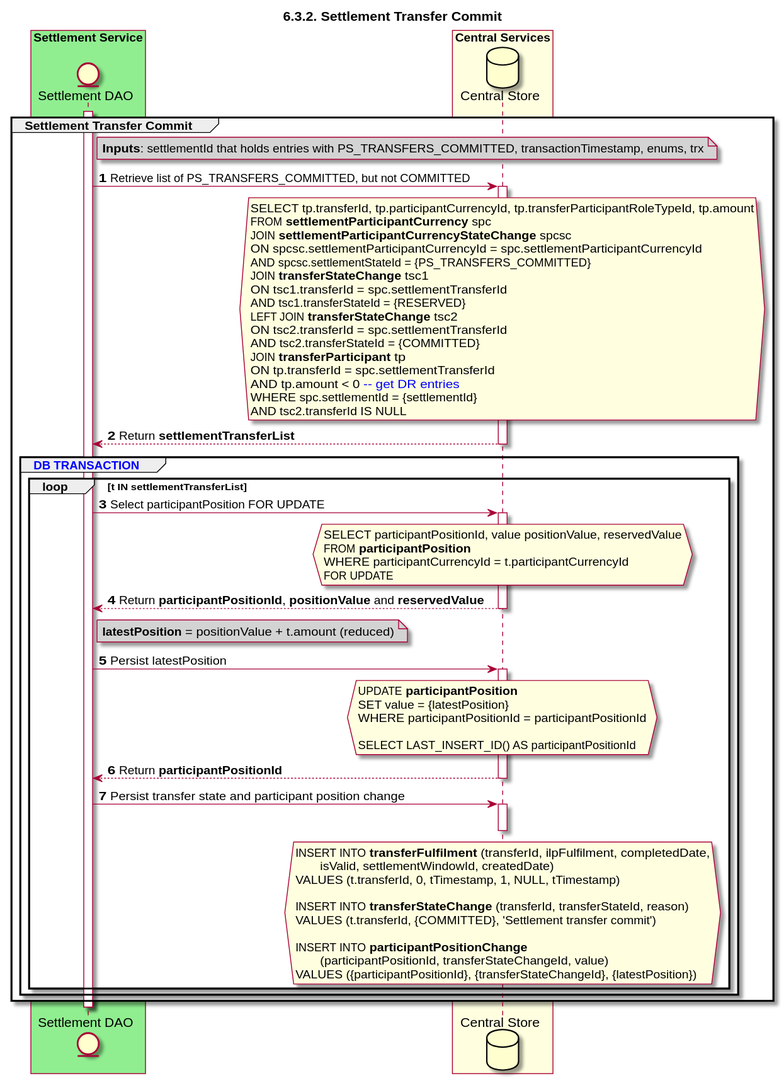
Earlier version of the PlantUML export Diagrams/SequenceDiagrams/seq-settransfer-6.3.3-commit.svg (ggrg/docs). Source of this version:
```plantuml
@startuml
title 6.3.2. Settlement Transfer Commit
autonumber

entity "Settlement DAO" as SETTLE_DAO
database "Central Store" as DB

box "Settlement Service" #lightgreen
    participant SETTLE_DAO
end box

box "Central Services" #lightyellow
    participant DB
end box

activate SETTLE_DAO
group Settlement Transfer Commit
    note right of SETTLE_DAO #lightgray
        **Inputs**: settlementId that holds entries with PS_TRANSFERS_COMMITTED, transactionTimestamp, enums, trx
    end note
    SETTLE_DAO -> DB: Retrieve list of PS_TRANSFERS_COMMITTED, but not COMMITTED
    activate DB
    hnote over DB #lightyellow
        SELECT tp.transferId, tp.participantCurrencyId, tp.transferParticipantRoleTypeId, tp.amount
        FROM **settlementParticipantCurrency** spc
        JOIN **settlementParticipantCurrencyStateChange** spcsc
        ON spcsc.settlementParticipantCurrencyId = spc.settlementParticipantCurrencyId
        AND spcsc.settlementStateId = {PS_TRANSFERS_COMMITTED}
        JOIN **transferStateChange** tsc1
        ON tsc1.transferId = spc.settlementTransferId
        AND tsc1.transferStateId = {RESERVED}
        LEFT JOIN **transferStateChange** tsc2
        ON tsc2.transferId = spc.settlementTransferId
        AND tsc2.transferStateId = {COMMITTED}
        JOIN **transferParticipant** tp
        ON tp.transferId = spc.settlementTransferId
        AND tp.amount < 0 <color #blue>-- get DR entries</color>
        WHERE spc.settlementId = {settlementId}
        AND tsc2.transferId IS NULL
    end hnote
    DB --> SETTLE_DAO: Return **settlementTransferList**
    deactivate DB
    group <color #blue>DB TRANSACTION</color>
        loop t IN settlementTransferList
            SETTLE_DAO -> DB: Select participantPosition FOR UPDATE
            activate DB
            hnote over DB #lightyellow
                SELECT participantPositionId, value positionValue, reservedValue
                FROM **participantPosition**
                WHERE participantCurrencyId = t.participantCurrencyId
                FOR UPDATE
            end note
            DB --> SETTLE_DAO: Return **participantPositionId**, **positionValue** and **reservedValue**
            deactivate DB

            note right of SETTLE_DAO #lightgray
                **latestPosition** = positionValue + t.amount (reduced)
            end note

            SETTLE_DAO->DB: Persist latestPosition
            activate DB
            hnote over DB #lightyellow
                UPDATE **participantPosition**
                SET value = {latestPosition}
                WHERE participantPositionId = participantPositionId

                SELECT LAST_INSERT_ID() AS participantPositionId
            end note
            DB-->SETTLE_DAO: Return **participantPositionId**
            deactivate DB

            deactivate DB
            SETTLE_DAO -> DB: Persist transfer state and participant position change
            hnote over DB #lightyellow
                INSERT INTO **transferFulfilment** (transferId, ilpFulfilment, completedDate,
                       isValid, settlementWindowId, createdDate)
                VALUES (t.transferId, 0, tTimestamp, 1, NULL, tTimestamp)

                INSERT INTO **transferStateChange** (transferId, transferStateId, reason)
                VALUES (t.transferId, {COMMITTED}, 'Settlement transfer commit')

                INSERT INTO **participantPositionChange**
                       (participantPositionId, transferStateChangeId, value)
                VALUES ({participantPositionId}, {transferStateChangeId}, {latestPosition})
            end note
            activate DB
            deactivate DB
        end
    end
end
deactivate SETTLE_DAO

@enduml
```
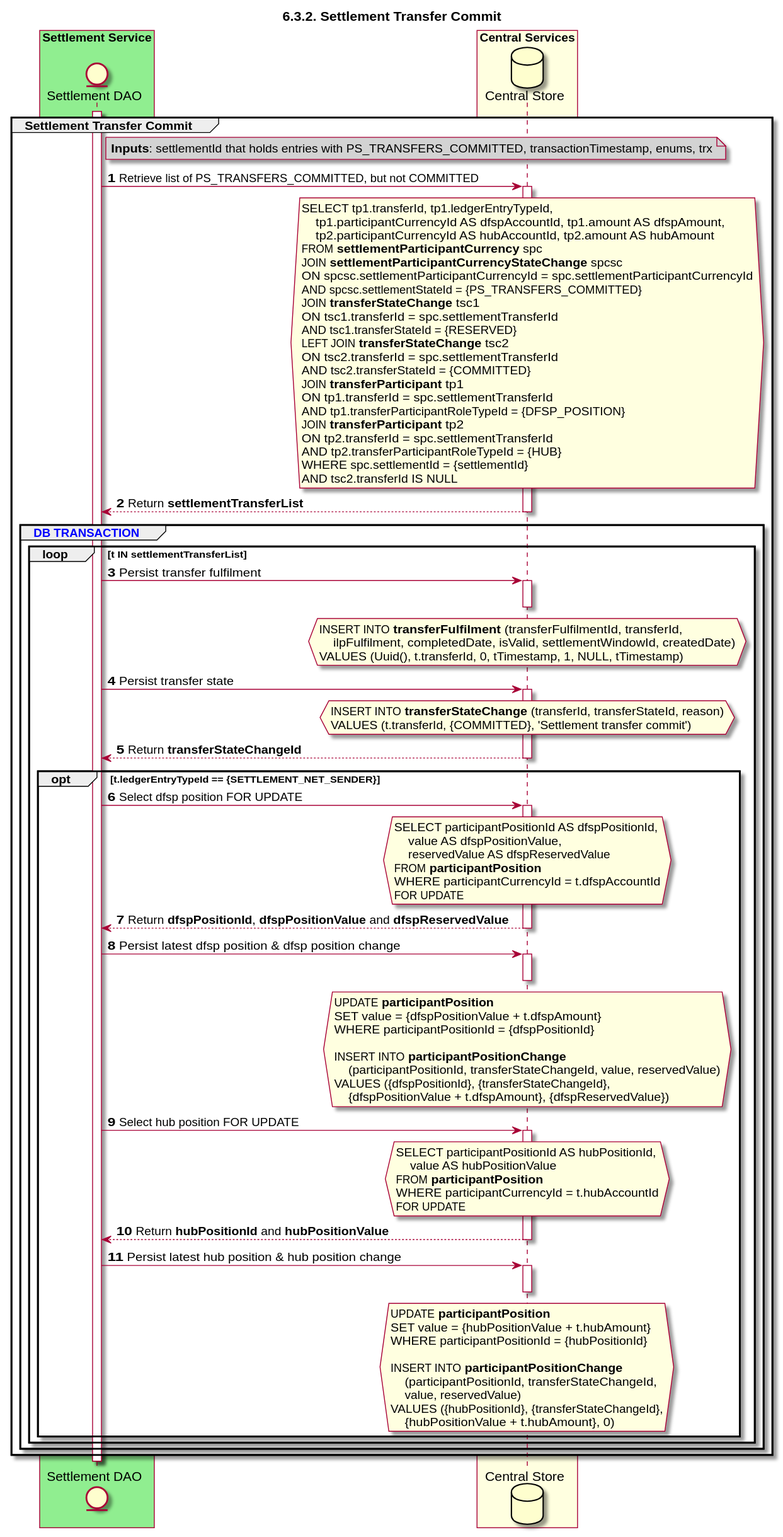
The same diagram one commit later.

What changed in the source:
```diff
@@ -21,7 +21,9 @@
     SETTLE_DAO -> DB: Retrieve list of PS_TRANSFERS_COMMITTED, but not COMMITTED
     activate DB
     hnote over DB #lightyellow
-        SELECT tp.transferId, tp.participantCurrencyId, tp.transferParticipantRoleTypeId, tp.amount
+        SELECT tp1.transferId, tp1.ledgerEntryTypeId,
+            tp1.participantCurrencyId AS dfspAccountId, tp1.amount AS dfspAmount,
+            tp2.participantCurrencyId AS hubAccountId, tp2.amount AS hubAmount
         FROM **settlementParticipantCurrency** spc
         JOIN **settlementParticipantCurrencyStateChange** spcsc
         ON spcsc.settlementParticipantCurrencyId = spc.settlementParticipantCurrencyId
@@ -32,9 +34,12 @@
         LEFT JOIN **transferStateChange** tsc2
         ON tsc2.transferId = spc.settlementTransferId
         AND tsc2.transferStateId = {COMMITTED}
-        JOIN **transferParticipant** tp
-        ON tp.transferId = spc.settlementTransferId
-        AND tp.amount < 0 <color #blue>-- get DR entries</color>
+        JOIN **transferParticipant** tp1
+        ON tp1.transferId = spc.settlementTransferId
+        AND tp1.transferParticipantRoleTypeId = {DFSP_POSITION}
+        JOIN **transferParticipant** tp2
+        ON tp2.transferId = spc.settlementTransferId
+        AND tp2.transferParticipantRoleTypeId = {HUB}
         WHERE spc.settlementId = {settlementId}
         AND tsc2.transferId IS NULL
     end hnote
@@ -42,49 +47,79 @@
     deactivate DB
     group <color #blue>DB TRANSACTION</color>
         loop t IN settlementTransferList
-            SETTLE_DAO -> DB: Select participantPosition FOR UPDATE
-            activate DB
+            SETTLE_DAO -> DB: Persist transfer fulfilment
             hnote over DB #lightyellow
-                SELECT participantPositionId, value positionValue, reservedValue
-                FROM **participantPosition**
-                WHERE participantCurrencyId = t.participantCurrencyId
-                FOR UPDATE
-            end note
-            DB --> SETTLE_DAO: Return **participantPositionId**, **positionValue** and **reservedValue**
-            deactivate DB
-
-            note right of SETTLE_DAO #lightgray
-                **latestPosition** = positionValue + t.amount (reduced)
-            end note
-
-            SETTLE_DAO->DB: Persist latestPosition
-            activate DB
-            hnote over DB #lightyellow
-                UPDATE **participantPosition**
-                SET value = {latestPosition}
-                WHERE participantPositionId = participantPositionId
-
-                SELECT LAST_INSERT_ID() AS participantPositionId
-            end note
-            DB-->SETTLE_DAO: Return **participantPositionId**
-            deactivate DB
-
-            deactivate DB
-            SETTLE_DAO -> DB: Persist transfer state and participant position change
-            hnote over DB #lightyellow
-                INSERT INTO **transferFulfilment** (transferId, ilpFulfilment, completedDate,
-                       isValid, settlementWindowId, createdDate)
-                VALUES (t.transferId, 0, tTimestamp, 1, NULL, tTimestamp)
-
-                INSERT INTO **transferStateChange** (transferId, transferStateId, reason)
-                VALUES (t.transferId, {COMMITTED}, 'Settlement transfer commit')
-
-                INSERT INTO **participantPositionChange**
-                       (participantPositionId, transferStateChangeId, value)
-                VALUES ({participantPositionId}, {transferStateChangeId}, {latestPosition})
+                INSERT INTO **transferFulfilment** (transferFulfilmentId, transferId,
+                    ilpFulfilment, completedDate, isValid, settlementWindowId, createdDate)
+                VALUES (Uuid(), t.transferId, 0, tTimestamp, 1, NULL, tTimestamp)
             end note
             activate DB
             deactivate DB
+
+            SETTLE_DAO -> DB: Persist transfer state
+            activate DB
+            hnote over DB #lightyellow
+                INSERT INTO **transferStateChange** (transferId, transferStateId, reason)
+                VALUES (t.transferId, {COMMITTED}, 'Settlement transfer commit')
+            end note
+            DB --> SETTLE_DAO: Return **transferStateChangeId**
+            deactivate DB
+
+            opt t.ledgerEntryTypeId == {SETTLEMENT_NET_SENDER}
+                SETTLE_DAO -> DB: Select dfsp position FOR UPDATE
+                activate DB
+                hnote over DB #lightyellow
+                    SELECT participantPositionId AS dfspPositionId,
+                        value AS dfspPositionValue,
+                        reservedValue AS dfspReservedValue
+                    FROM **participantPosition**
+                    WHERE participantCurrencyId = t.dfspAccountId
+                    FOR UPDATE
+                end note
+                DB --> SETTLE_DAO: Return **dfspPositionId**, **dfspPositionValue** and **dfspReservedValue**
+                deactivate DB
+
+                SETTLE_DAO->DB: Persist latest dfsp position & dfsp position change
+                hnote over DB #lightyellow
+                    UPDATE **participantPosition**
+                    SET value = {dfspPositionValue + t.dfspAmount}
+                    WHERE participantPositionId = {dfspPositionId}
+
+                    INSERT INTO **participantPositionChange**
+                        (participantPositionId, transferStateChangeId, value, reservedValue)
+                    VALUES ({dfspPositionId}, {transferStateChangeId},
+                        {dfspPositionValue + t.dfspAmount}, {dfspReservedValue})
+                end note
+                activate DB
+                deactivate DB
+
+                SETTLE_DAO -> DB: Select hub position FOR UPDATE
+                activate DB
+                hnote over DB #lightyellow
+                    SELECT participantPositionId AS hubPositionId,
+                        value AS hubPositionValue
+                    FROM **participantPosition**
+                    WHERE participantCurrencyId = t.hubAccountId
+                    FOR UPDATE
+                end note
+                DB --> SETTLE_DAO: Return **hubPositionId** and **hubPositionValue**
+                deactivate DB
+
+                SETTLE_DAO->DB: Persist latest hub position & hub position change
+                hnote over DB #lightyellow
+                    UPDATE **participantPosition**
+                    SET value = {hubPositionValue + t.hubAmount}
+                    WHERE participantPositionId = {hubPositionId}
+
+                    INSERT INTO **participantPositionChange**
+                        (participantPositionId, transferStateChangeId,
+                        value, reservedValue)
+                    VALUES ({hubPositionId}, {transferStateChangeId},
+                        {hubPositionValue + t.hubAmount}, 0)
+                end note
+                activate DB
+                deactivate DB
+            end
         end
     end
 end
```
